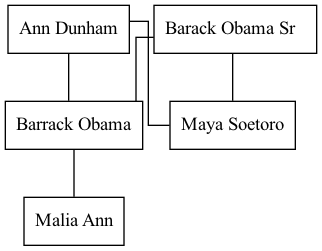
Above: output.png in GlennOlsson/CSC482-FinalProj (Graphviz), before the change. Its source is kept beside it as output.dot.
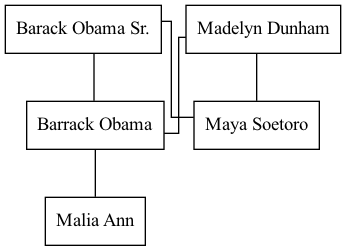
The same diagram one commit later.

Diff of the diagram source:
```diff
@@ -1,15 +1,15 @@
 digraph
 {
 splines = ortho;
-BarrackObama7642960007456675635103460248606862376 [shape=box, label = "Barrack Obama", color = black];
-AnnDunham147181662274876588231575949850814615235 [shape=box, label = "Ann Dunham", color = black];
-MayaSoetoro217992780785044849790627102129078018602 [shape=box, label = "Maya Soetoro", color = black];
-BarackObamaSr321122117171097152210684861724223771262 [shape=box, label = "Barack Obama Sr  ", color = black];
-MaliaAnn175011048417299403921876385566799144092 [shape=box, label = "Malia Ann", color = black];
+BarrackObama185242820919437696817982698244822446587 [shape=box, label = "Barrack Obama", color = black];
+BarackObamaSr328582128750649801788122687309991595235 [shape=box, label = "Barack Obama Sr.", color = black];
+MayaSoetoro302398333111999541494532860496408940378 [shape=box, label = "Maya Soetoro", color = black];
+MadelynDunham163662805704089958918077819895618785302 [shape=box, label = "Madelyn Dunham", color = black];
+MaliaAnn303439682565647179326011096185045921656 [shape=box, label = "Malia Ann", color = black];
 
-AnnDunham147181662274876588231575949850814615235 -> MayaSoetoro217992780785044849790627102129078018602 [dir=none];
-AnnDunham147181662274876588231575949850814615235 -> BarrackObama7642960007456675635103460248606862376 [dir=none];
-BarackObamaSr321122117171097152210684861724223771262 -> MayaSoetoro217992780785044849790627102129078018602 [dir=none];
-BarrackObama7642960007456675635103460248606862376 -> MaliaAnn175011048417299403921876385566799144092 [dir=none];
-BarackObamaSr321122117171097152210684861724223771262 -> BarrackObama7642960007456675635103460248606862376 [dir=none];
+MadelynDunham163662805704089958918077819895618785302 -> BarrackObama185242820919437696817982698244822446587 [dir=none];
+BarackObamaSr328582128750649801788122687309991595235 -> BarrackObama185242820919437696817982698244822446587 [dir=none];
+BarrackObama185242820919437696817982698244822446587 -> MaliaAnn303439682565647179326011096185045921656 [dir=none];
+MadelynDunham163662805704089958918077819895618785302 -> MayaSoetoro302398333111999541494532860496408940378 [dir=none];
+BarackObamaSr328582128750649801788122687309991595235 -> MayaSoetoro302398333111999541494532860496408940378 [dir=none];
 }
```
